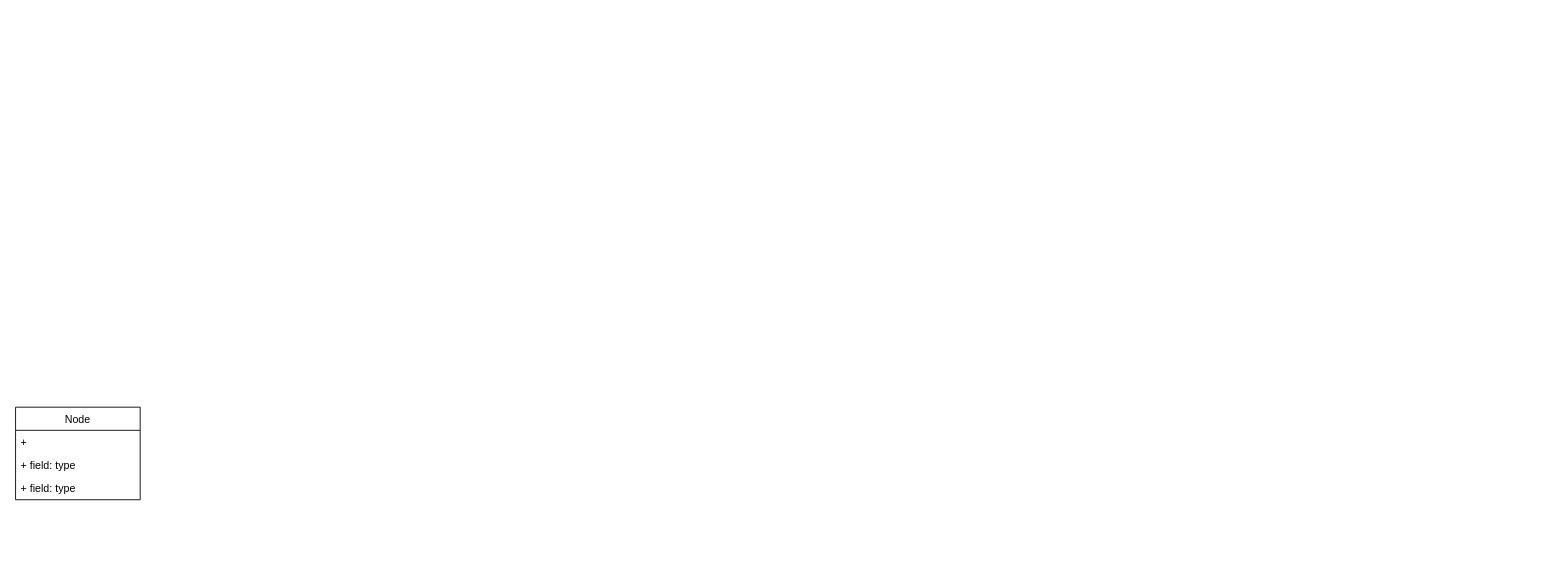
Before: ML_DijkstraMapper.drawio in power7kr/ML_Dijkstra, a draw.io diagram. Source tidied: cells renumbered, new cells numbered last; positions are measured from the earlier drawing's top-left corner, leaving out a move shared by most shapes. Both pictures are drawn from the tidied source at 89%, with x=0, y=0 at pixel (15, 407).
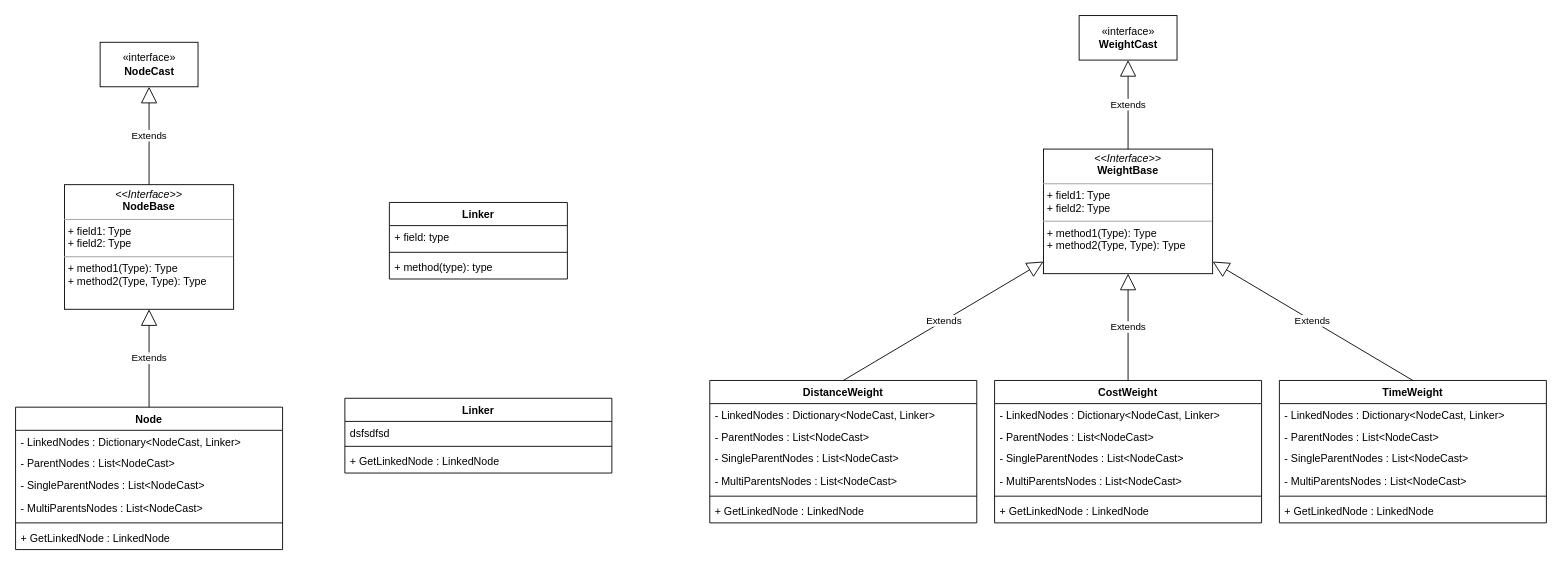
After the change.

Change to the diagram source:
```diff
@@
-    <mxCell id="2" value="Node" style="swimlane;fontStyle=0;horizontal=1;startSize=26;fillColor=none;" parent="1" vertex="1">
-      <mxGeometry width="140" height="104" as="geometry" />
+    <mxCell id="2" value="Node" style="swimlane;fontStyle=1;align=center;verticalAlign=top;horizontal=1;startSize=26;swimlaneFillColor=none;" parent="1" vertex="1">
+      <mxGeometry width="300" height="160" as="geometry" />
     </mxCell>
-    <mxCell id="3" value="+ " style="text;strokeColor=none;fillColor=none;align=left;verticalAlign=top;spacingLeft=4;spacingRight=4;overflow=hidden;" parent="2" vertex="1">
-      <mxGeometry y="26" width="140" height="26" as="geometry" />
-    </mxCell>
-    <mxCell id="4" value="+ field: type" style="text;strokeColor=none;fillColor=none;align=left;verticalAlign=top;spacingLeft=4;spacingRight=4;overflow=hidden;" parent="2" vertex="1">
-      <mxGeometry y="52" width="140" height="26" as="geometry" />
-    </mxCell>
-    <mxCell id="5" value="+ field: type" style="text;strokeColor=none;fillColor=none;align=left;verticalAlign=top;spacingLeft=4;spacingRight=4;overflow=hidden;" parent="2" vertex="1">
-      <mxGeometry y="78" width="140" height="26" as="geometry" />
-    </mxCell>
+    <mxCell id="6" value="- LinkedNodes : Dictionary&lt;NodeCast, Linker&gt;" style="text;strokeColor=none;fillColor=none;align=left;verticalAlign=top;spacingLeft=4;spacingRight=4;overflow=hidden;" parent="2" vertex="1">
+      <mxGeometry y="26" width="300" height="24" as="geometry" />
+    </mxCell>
+    <mxCell id="7" value="- ParentNodes : List&lt;NodeCast&gt;" style="text;strokeColor=none;fillColor=none;align=left;verticalAlign=top;spacingLeft=4;spacingRight=4;overflow=hidden;" parent="2" vertex="1">
+      <mxGeometry y="50" width="300" height="24" as="geometry" />
+    </mxCell>
+    <mxCell id="8" value="- SingleParentNodes : List&lt;NodeCast&gt;" style="text;strokeColor=none;fillColor=none;align=left;verticalAlign=top;spacingLeft=4;spacingRight=4;overflow=hidden;" parent="2" vertex="1">
+      <mxGeometry y="74" width="300" height="26" as="geometry" />
+    </mxCell>
+    <mxCell id="9" value="- MultiParentsNodes : List&lt;NodeCast&gt;" style="text;strokeColor=none;fillColor=none;align=left;verticalAlign=top;spacingLeft=4;spacingRight=4;overflow=hidden;" parent="2" vertex="1">
+      <mxGeometry y="100" width="300" height="26" as="geometry" />
+    </mxCell>
+    <mxCell id="10" style="line;strokeWidth=1;fillColor=none;align=left;verticalAlign=middle;spacingTop=-1;spacingLeft=3;spacingRight=3;labelPosition=right;" parent="2" vertex="1">
+      <mxGeometry y="126" width="300" height="8" as="geometry" />
+    </mxCell>
+    <mxCell id="11" value="+ GetLinkedNode : LinkedNode" style="text;strokeColor=none;fillColor=none;align=left;verticalAlign=top;spacingLeft=4;spacingRight=4;overflow=hidden;" parent="2" vertex="1">
+      <mxGeometry y="134" width="300" height="26" as="geometry" />
+    </mxCell>
+    <mxCell id="12" value="Extends" style="endArrow=block;endSize=16;endFill=0;html=1;exitX=0.5;exitY=0;exitDx=0;exitDy=0;" parent="1" edge="1" source="2" target="17">
+      <mxGeometry relative="1" as="geometry" />
+    </mxCell>
+    <mxCell id="13" value="Linker" style="swimlane;fontStyle=1;align=center;verticalAlign=top;horizontal=1;startSize=26;" parent="1" vertex="1">
+      <mxGeometry x="420" y="-230" width="200" height="86" as="geometry" />
+    </mxCell>
+    <mxCell id="14" value="+ field: type" style="text;strokeColor=none;fillColor=none;align=left;verticalAlign=top;spacingLeft=4;spacingRight=4;overflow=hidden;" parent="13" vertex="1">
+      <mxGeometry y="26" width="200" height="26" as="geometry" />
+    </mxCell>
+    <mxCell id="15" style="line;strokeWidth=1;fillColor=none;align=left;verticalAlign=middle;spacingTop=-1;spacingLeft=3;spacingRight=3;labelPosition=right;" parent="13" vertex="1">
+      <mxGeometry y="52" width="200" height="8" as="geometry" />
+    </mxCell>
+    <mxCell id="16" value="+ method(type): type" style="text;strokeColor=none;fillColor=none;align=left;verticalAlign=top;spacingLeft=4;spacingRight=4;overflow=hidden;" parent="13" vertex="1">
+      <mxGeometry y="60" width="200" height="26" as="geometry" />
+    </mxCell>
+    <mxCell id="17" value="&lt;p style=&quot;margin: 0px ; margin-top: 4px ; text-align: center&quot;&gt;&lt;i&gt;&amp;lt;&amp;lt;Interface&amp;gt;&amp;gt;&lt;/i&gt;&lt;br&gt;&lt;b&gt;NodeBase&lt;/b&gt;&lt;/p&gt;&lt;hr size=&quot;1&quot;&gt;&lt;p style=&quot;margin: 0px ; margin-left: 4px&quot;&gt;+ field1: Type&lt;br&gt;+ field2: Type&lt;/p&gt;&lt;hr size=&quot;1&quot;&gt;&lt;p style=&quot;margin: 0px ; margin-left: 4px&quot;&gt;+ method1(Type): Type&lt;br&gt;+ method2(Type, Type): Type&lt;/p&gt;" style="verticalAlign=top;align=left;overflow=fill;fontSize=12;fontFamily=Helvetica;html=1;" parent="1" vertex="1">
+      <mxGeometry x="55" y="-250" width="190" height="140" as="geometry" />
+    </mxCell>
+    <mxCell id="18" value="«interface»&lt;br&gt;&lt;b&gt;NodeCast&lt;/b&gt;" style="html=1;" parent="1" vertex="1">
+      <mxGeometry x="95" y="-410" width="110" height="50" as="geometry" />
+    </mxCell>
+    <mxCell id="19" value="Extends" style="endArrow=block;endSize=16;endFill=0;html=1;exitX=0.5;exitY=0;exitDx=0;exitDy=0;" parent="1" edge="1" source="17" target="18">
+      <mxGeometry relative="1" as="geometry" />
+    </mxCell>
+    <mxCell id="20" value="«interface»&lt;br&gt;&lt;b&gt;WeightCast&lt;/b&gt;" style="html=1;" parent="1" vertex="1">
+      <mxGeometry x="1195" y="-440" width="110" height="50" as="geometry" />
+    </mxCell>
+    <mxCell id="21" value="&lt;p style=&quot;margin: 0px ; margin-top: 4px ; text-align: center&quot;&gt;&lt;i&gt;&amp;lt;&amp;lt;Interface&amp;gt;&amp;gt;&lt;/i&gt;&lt;br&gt;&lt;b&gt;WeightBase&lt;/b&gt;&lt;/p&gt;&lt;hr size=&quot;1&quot;&gt;&lt;p style=&quot;margin: 0px ; margin-left: 4px&quot;&gt;+ field1: Type&lt;br&gt;+ field2: Type&lt;/p&gt;&lt;hr size=&quot;1&quot;&gt;&lt;p style=&quot;margin: 0px ; margin-left: 4px&quot;&gt;+ method1(Type): Type&lt;br&gt;+ method2(Type, Type): Type&lt;/p&gt;" style="verticalAlign=top;align=left;overflow=fill;fontSize=12;fontFamily=Helvetica;html=1;" parent="1" vertex="1">
+      <mxGeometry x="1155" y="-290" width="190" height="140" as="geometry" />
+    </mxCell>
+    <mxCell id="22" value="CostWeight" style="swimlane;fontStyle=1;align=center;verticalAlign=top;horizontal=1;startSize=26;swimlaneFillColor=none;" parent="1" vertex="1">
+      <mxGeometry x="1100" y="-30" width="300" height="160" as="geometry" />
+    </mxCell>
+    <mxCell id="23" value="- LinkedNodes : Dictionary&lt;NodeCast, Linker&gt;" style="text;strokeColor=none;fillColor=none;align=left;verticalAlign=top;spacingLeft=4;spacingRight=4;overflow=hidden;" parent="22" vertex="1">
+      <mxGeometry y="26" width="300" height="24" as="geometry" />
+    </mxCell>
+    <mxCell id="24" value="- ParentNodes : List&lt;NodeCast&gt;" style="text;strokeColor=none;fillColor=none;align=left;verticalAlign=top;spacingLeft=4;spacingRight=4;overflow=hidden;" parent="22" vertex="1">
+      <mxGeometry y="50" width="300" height="24" as="geometry" />
+    </mxCell>
+    <mxCell id="25" value="- SingleParentNodes : List&lt;NodeCast&gt;" style="text;strokeColor=none;fillColor=none;align=left;verticalAlign=top;spacingLeft=4;spacingRight=4;overflow=hidden;" parent="22" vertex="1">
+      <mxGeometry y="74" width="300" height="26" as="geometry" />
+    </mxCell>
+    <mxCell id="26" value="- MultiParentsNodes : List&lt;NodeCast&gt;" style="text;strokeColor=none;fillColor=none;align=left;verticalAlign=top;spacingLeft=4;spacingRight=4;overflow=hidden;" parent="22" vertex="1">
+      <mxGeometry y="100" width="300" height="26" as="geometry" />
+    </mxCell>
+    <mxCell id="27" style="line;strokeWidth=1;fillColor=none;align=left;verticalAlign=middle;spacingTop=-1;spacingLeft=3;spacingRight=3;labelPosition=right;" parent="22" vertex="1">
+      <mxGeometry y="126" width="300" height="8" as="geometry" />
+    </mxCell>
+    <mxCell id="28" value="+ GetLinkedNode : LinkedNode" style="text;strokeColor=none;fillColor=none;align=left;verticalAlign=top;spacingLeft=4;spacingRight=4;overflow=hidden;" parent="22" vertex="1">
+      <mxGeometry y="134" width="300" height="26" as="geometry" />
+    </mxCell>
+    <mxCell id="29" value="Extends" style="endArrow=block;endSize=16;endFill=0;html=1;exitX=0.5;exitY=0;exitDx=0;exitDy=0;" parent="1" edge="1" source="22" target="21">
+      <mxGeometry relative="1" as="geometry" />
+    </mxCell>
+    <mxCell id="30" value="Extends" style="endArrow=block;endSize=16;endFill=0;html=1;entryX=0.5;entryY=1;entryDx=0;entryDy=0;exitX=0.5;exitY=0;exitDx=0;exitDy=0;" parent="1" edge="1" source="21" target="20">
+      <mxGeometry relative="1" as="geometry" />
+    </mxCell>
+    <mxCell id="31" value="Linker" style="swimlane;fontStyle=1;align=center;verticalAlign=top;horizontal=1;startSize=26;swimlaneFillColor=none;" parent="1" vertex="1">
+      <mxGeometry x="370" y="-10" width="300" height="84" as="geometry" />
+    </mxCell>
+    <mxCell id="32" value="dsfsdfsd" style="text;strokeColor=none;fillColor=none;align=left;verticalAlign=top;spacingLeft=4;spacingRight=4;overflow=hidden;" parent="31" vertex="1">
+      <mxGeometry y="26" width="300" height="24" as="geometry" />
+    </mxCell>
+    <mxCell id="33" style="line;strokeWidth=1;fillColor=none;align=left;verticalAlign=middle;spacingTop=-1;spacingLeft=3;spacingRight=3;labelPosition=right;" parent="31" vertex="1">
+      <mxGeometry y="50" width="300" height="8" as="geometry" />
+    </mxCell>
+    <mxCell id="34" value="+ GetLinkedNode : LinkedNode" style="text;strokeColor=none;fillColor=none;align=left;verticalAlign=top;spacingLeft=4;spacingRight=4;overflow=hidden;" parent="31" vertex="1">
+      <mxGeometry y="58" width="300" height="26" as="geometry" />
+    </mxCell>
+    <mxCell id="35" value="DistanceWeight" style="swimlane;fontStyle=1;align=center;verticalAlign=top;horizontal=1;startSize=26;swimlaneFillColor=none;" parent="1" vertex="1">
+      <mxGeometry x="780" y="-30" width="300" height="160" as="geometry" />
+    </mxCell>
+    <mxCell id="36" value="- LinkedNodes : Dictionary&lt;NodeCast, Linker&gt;" style="text;strokeColor=none;fillColor=none;align=left;verticalAlign=top;spacingLeft=4;spacingRight=4;overflow=hidden;" parent="35" vertex="1">
+      <mxGeometry y="26" width="300" height="24" as="geometry" />
+    </mxCell>
+    <mxCell id="37" value="- ParentNodes : List&lt;NodeCast&gt;" style="text;strokeColor=none;fillColor=none;align=left;verticalAlign=top;spacingLeft=4;spacingRight=4;overflow=hidden;" parent="35" vertex="1">
+      <mxGeometry y="50" width="300" height="24" as="geometry" />
+    </mxCell>
+    <mxCell id="38" value="- SingleParentNodes : List&lt;NodeCast&gt;" style="text;strokeColor=none;fillColor=none;align=left;verticalAlign=top;spacingLeft=4;spacingRight=4;overflow=hidden;" parent="35" vertex="1">
+      <mxGeometry y="74" width="300" height="26" as="geometry" />
+    </mxCell>
+    <mxCell id="39" value="- MultiParentsNodes : List&lt;NodeCast&gt;" style="text;strokeColor=none;fillColor=none;align=left;verticalAlign=top;spacingLeft=4;spacingRight=4;overflow=hidden;" parent="35" vertex="1">
+      <mxGeometry y="100" width="300" height="26" as="geometry" />
+    </mxCell>
+    <mxCell id="40" style="line;strokeWidth=1;fillColor=none;align=left;verticalAlign=middle;spacingTop=-1;spacingLeft=3;spacingRight=3;labelPosition=right;" parent="35" vertex="1">
+      <mxGeometry y="126" width="300" height="8" as="geometry" />
+    </mxCell>
+    <mxCell id="41" value="+ GetLinkedNode : LinkedNode" style="text;strokeColor=none;fillColor=none;align=left;verticalAlign=top;spacingLeft=4;spacingRight=4;overflow=hidden;" parent="35" vertex="1">
+      <mxGeometry y="134" width="300" height="26" as="geometry" />
+    </mxCell>
+    <mxCell id="42" value="TimeWeight" style="swimlane;fontStyle=1;align=center;verticalAlign=top;horizontal=1;startSize=26;swimlaneFillColor=none;" parent="1" vertex="1">
+      <mxGeometry x="1420" y="-30" width="300" height="160" as="geometry" />
+    </mxCell>
+    <mxCell id="43" value="- LinkedNodes : Dictionary&lt;NodeCast, Linker&gt;" style="text;strokeColor=none;fillColor=none;align=left;verticalAlign=top;spacingLeft=4;spacingRight=4;overflow=hidden;" parent="42" vertex="1">
+      <mxGeometry y="26" width="300" height="24" as="geometry" />
+    </mxCell>
+    <mxCell id="44" value="- ParentNodes : List&lt;NodeCast&gt;" style="text;strokeColor=none;fillColor=none;align=left;verticalAlign=top;spacingLeft=4;spacingRight=4;overflow=hidden;" parent="42" vertex="1">
+      <mxGeometry y="50" width="300" height="24" as="geometry" />
+    </mxCell>
+    <mxCell id="45" value="- SingleParentNodes : List&lt;NodeCast&gt;" style="text;strokeColor=none;fillColor=none;align=left;verticalAlign=top;spacingLeft=4;spacingRight=4;overflow=hidden;" parent="42" vertex="1">
+      <mxGeometry y="74" width="300" height="26" as="geometry" />
+    </mxCell>
+    <mxCell id="46" value="- MultiParentsNodes : List&lt;NodeCast&gt;" style="text;strokeColor=none;fillColor=none;align=left;verticalAlign=top;spacingLeft=4;spacingRight=4;overflow=hidden;" parent="42" vertex="1">
+      <mxGeometry y="100" width="300" height="26" as="geometry" />
+    </mxCell>
+    <mxCell id="47" style="line;strokeWidth=1;fillColor=none;align=left;verticalAlign=middle;spacingTop=-1;spacingLeft=3;spacingRight=3;labelPosition=right;" parent="42" vertex="1">
+      <mxGeometry y="126" width="300" height="8" as="geometry" />
+    </mxCell>
+    <mxCell id="48" value="+ GetLinkedNode : LinkedNode" style="text;strokeColor=none;fillColor=none;align=left;verticalAlign=top;spacingLeft=4;spacingRight=4;overflow=hidden;" parent="42" vertex="1">
+      <mxGeometry y="134" width="300" height="26" as="geometry" />
+    </mxCell>
+    <mxCell id="49" value="Extends" style="endArrow=block;endSize=16;endFill=0;html=1;exitX=0.5;exitY=0;exitDx=0;exitDy=0;" parent="1" edge="1" source="42" target="21">
+      <mxGeometry relative="1" as="geometry" />
+    </mxCell>
+    <mxCell id="50" value="Extends" style="endArrow=block;endSize=16;endFill=0;html=1;exitX=0.5;exitY=0;exitDx=0;exitDy=0;" parent="1" edge="1" source="35" target="21">
+      <mxGeometry relative="1" as="geometry" />
+    </mxCell>
```
